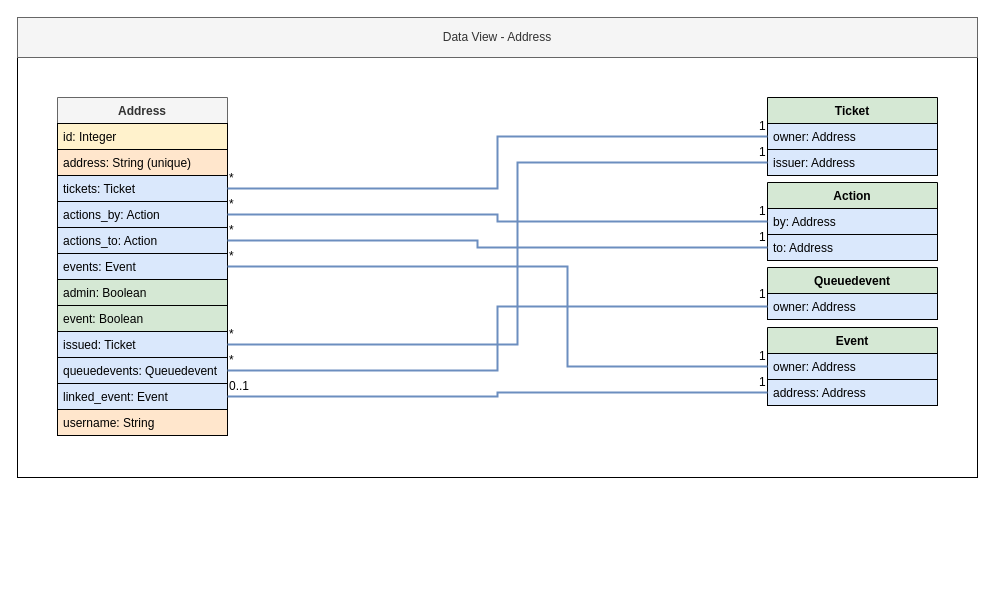
Before: page "2_4_1_data_view_address" (32 of 42) of docs/sad/resources/t721.drawio in ticket721/env, a draw.io diagram. Source tidied: cells renumbered, new cells numbered last; positions are measured from the earlier drawing's top-left corner, leaving out a move shared by most shapes. Both pictures are drawn from the tidied source at 100%, with x=0, y=0 at pixel (17, 17).
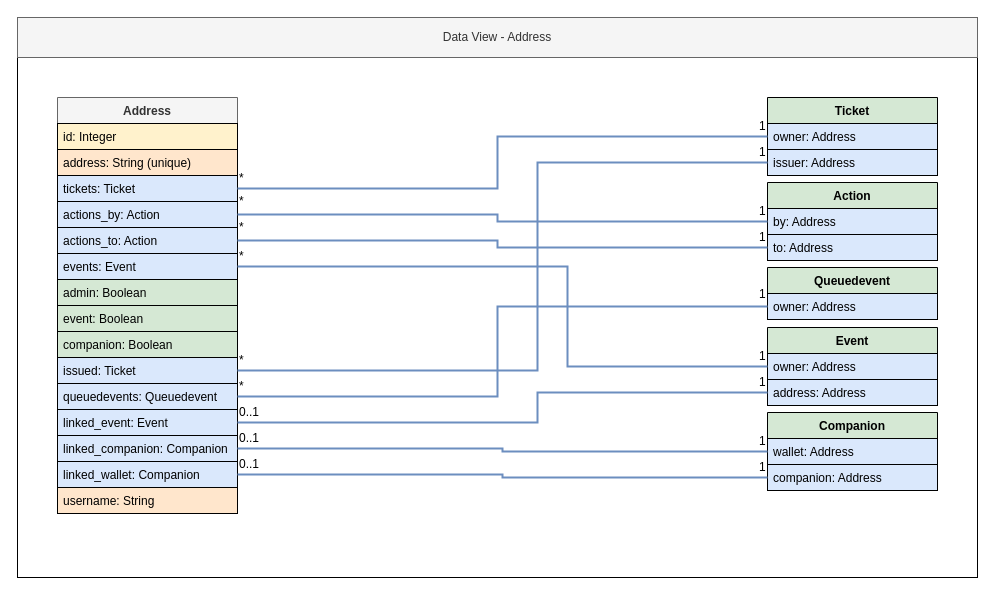
After the change.

Unchanged cells that the change refers to:
```xml
<mxCell id="17" value="Ticket" style="swimlane;fontStyle=1;align=center;verticalAlign=top;horizontal=1;startSize=26;fillColor=#d5e8d4;strokeColor=#000000;" parent="1" vertex="1">
  <mxGeometry x="750" y="80" width="170" height="78" as="geometry" />
</mxCell>
<mxCell id="19" value="issuer: Address" style="text;strokeColor=#000000;fillColor=#dae8fc;align=left;verticalAlign=top;spacingLeft=4;spacingRight=4;overflow=hidden;points=[[0,0.5],[1,0.5]];portConstraint=eastwest;" parent="17" vertex="1">
  <mxGeometry y="52" width="170" height="26" as="geometry" />
</mxCell>
<mxCell id="22" value="Action" style="swimlane;fontStyle=1;align=center;verticalAlign=top;horizontal=1;startSize=26;fillColor=#d5e8d4;strokeColor=#000000;" parent="1" vertex="1">
  <mxGeometry x="750" y="165" width="170" height="78" as="geometry" />
</mxCell>
<mxCell id="24" value="to: Address" style="text;strokeColor=#000000;fillColor=#dae8fc;align=left;verticalAlign=top;spacingLeft=4;spacingRight=4;overflow=hidden;points=[[0,0.5],[1,0.5]];portConstraint=eastwest;" parent="22" vertex="1">
  <mxGeometry y="52" width="170" height="26" as="geometry" />
</mxCell>
<mxCell id="27" value="Queuedevent" style="swimlane;fontStyle=1;align=center;verticalAlign=top;horizontal=1;startSize=26;fillColor=#d5e8d4;strokeColor=#000000;" parent="1" vertex="1">
  <mxGeometry x="750" y="250" width="170" height="52" as="geometry" />
</mxCell>
<mxCell id="30" value="Event" style="swimlane;fontStyle=1;align=center;verticalAlign=top;horizontal=1;startSize=26;fillColor=#d5e8d4;strokeColor=#000000;" parent="1" vertex="1">
  <mxGeometry x="750" y="310" width="170" height="78" as="geometry" />
</mxCell>
<mxCell id="32" value="address: Address" style="text;strokeColor=#000000;fillColor=#dae8fc;align=left;verticalAlign=top;spacingLeft=4;spacingRight=4;overflow=hidden;points=[[0,0.5],[1,0.5]];portConstraint=eastwest;" parent="30" vertex="1">
  <mxGeometry y="52" width="170" height="26" as="geometry" />
</mxCell>
```

What changed in the source:
```diff
@@
-    <mxCell id="2" style="rounded=0;whiteSpace=wrap;html=1;fillColor=none;" parent="1" vertex="1">
-      <mxGeometry width="960" height="460" as="geometry" />
-    </mxCell>
+    <mxCell id="49" style="rounded=0;whiteSpace=wrap;html=1;fillColor=none;" parent="1" vertex="1">
+      <mxGeometry width="960" height="560" as="geometry" />
+    </mxCell>
@@
     <mxCell id="4" value="Address" style="swimlane;fontStyle=1;align=center;verticalAlign=top;horizontal=1;startSize=26;fillColor=#f5f5f5;strokeColor=#666666;fontColor=#333333;" parent="1" vertex="1">
-      <mxGeometry x="40" y="80" width="170" height="338" as="geometry" />
+      <mxGeometry x="40" y="80" width="180" height="416" as="geometry" />
     </mxCell>
     <mxCell id="5" value="id: Integer" style="text;strokeColor=#000000;fillColor=#fff2cc;align=left;verticalAlign=top;spacingLeft=4;spacingRight=4;overflow=hidden;" parent="4" vertex="1">
-      <mxGeometry y="26" width="170" height="26" as="geometry" />
+      <mxGeometry y="26" width="180" height="26" as="geometry" />
     </mxCell>
     <mxCell id="6" value="address: String (unique)" style="text;strokeColor=#000000;fillColor=#ffe6cc;align=left;verticalAlign=top;spacingLeft=4;spacingRight=4;overflow=hidden;" parent="4" vertex="1">
-      <mxGeometry y="52" width="170" height="26" as="geometry" />
+      <mxGeometry y="52" width="180" height="26" as="geometry" />
     </mxCell>
     <mxCell id="7" value="tickets: Ticket" style="text;strokeColor=#000000;fillColor=#dae8fc;align=left;verticalAlign=top;spacingLeft=4;spacingRight=4;overflow=hidden;points=[[0,0.5],[1,0.5]];portConstraint=eastwest;" parent="4" vertex="1">
-      <mxGeometry y="78" width="170" height="26" as="geometry" />
+      <mxGeometry y="78" width="180" height="26" as="geometry" />
     </mxCell>
     <mxCell id="8" value="actions_by: Action" style="text;strokeColor=#000000;fillColor=#dae8fc;align=left;verticalAlign=top;spacingLeft=4;spacingRight=4;overflow=hidden;points=[[0,0.5],[1,0.5]];portConstraint=eastwest;" parent="4" vertex="1">
-      <mxGeometry y="104" width="170" height="26" as="geometry" />
+      <mxGeometry y="104" width="180" height="26" as="geometry" />
     </mxCell>
     <mxCell id="9" value="actions_to: Action" style="text;strokeColor=#000000;fillColor=#dae8fc;align=left;verticalAlign=top;spacingLeft=4;spacingRight=4;overflow=hidden;points=[[0,0.5],[1,0.5]];portConstraint=eastwest;" parent="4" vertex="1">
-      <mxGeometry y="130" width="170" height="26" as="geometry" />
+      <mxGeometry y="130" width="180" height="26" as="geometry" />
     </mxCell>
     <mxCell id="10" value="events: Event" style="text;strokeColor=#000000;fillColor=#dae8fc;align=left;verticalAlign=top;spacingLeft=4;spacingRight=4;overflow=hidden;points=[[0,0.5],[1,0.5]];portConstraint=eastwest;" parent="4" vertex="1">
-      <mxGeometry y="156" width="170" height="26" as="geometry" />
+      <mxGeometry y="156" width="180" height="26" as="geometry" />
     </mxCell>
     <mxCell id="11" value="admin: Boolean" style="text;strokeColor=#000000;fillColor=#d5e8d4;align=left;verticalAlign=top;spacingLeft=4;spacingRight=4;overflow=hidden;" parent="4" vertex="1">
-      <mxGeometry y="182" width="170" height="26" as="geometry" />
+      <mxGeometry y="182" width="180" height="26" as="geometry" />
     </mxCell>
     <mxCell id="12" value="event: Boolean" style="text;strokeColor=#000000;fillColor=#d5e8d4;align=left;verticalAlign=top;spacingLeft=4;spacingRight=4;overflow=hidden;" parent="4" vertex="1">
-      <mxGeometry y="208" width="170" height="26" as="geometry" />
+      <mxGeometry y="208" width="180" height="26" as="geometry" />
     </mxCell>
+    <mxCell id="50" value="companion: Boolean" style="text;strokeColor=#000000;fillColor=#d5e8d4;align=left;verticalAlign=top;spacingLeft=4;spacingRight=4;overflow=hidden;" parent="4" vertex="1">
+      <mxGeometry y="234" width="180" height="26" as="geometry" />
+    </mxCell>
     <mxCell id="13" value="issued: Ticket" style="text;strokeColor=#000000;fillColor=#dae8fc;align=left;verticalAlign=top;spacingLeft=4;spacingRight=4;overflow=hidden;points=[[0,0.5],[1,0.5]];portConstraint=eastwest;" parent="4" vertex="1">
-      <mxGeometry y="234" width="170" height="26" as="geometry" />
+      <mxGeometry y="260" width="180" height="26" as="geometry" />
     </mxCell>
     <mxCell id="14" value="queuedevents: Queuedevent" style="text;strokeColor=#000000;fillColor=#dae8fc;align=left;verticalAlign=top;spacingLeft=4;spacingRight=4;overflow=hidden;points=[[0,0.5],[1,0.5]];portConstraint=eastwest;" parent="4" vertex="1">
-      <mxGeometry y="260" width="170" height="26" as="geometry" />
+      <mxGeometry y="286" width="180" height="26" as="geometry" />
     </mxCell>
     <mxCell id="15" value="linked_event: Event" style="text;strokeColor=#000000;fillColor=#dae8fc;align=left;verticalAlign=top;spacingLeft=4;spacingRight=4;overflow=hidden;points=[[0,0.5],[1,0.5]];portConstraint=eastwest;" parent="4" vertex="1">
-      <mxGeometry y="286" width="170" height="26" as="geometry" />
+      <mxGeometry y="312" width="180" height="26" as="geometry" />
     </mxCell>
+    <mxCell id="51" value="linked_companion: Companion" style="text;strokeColor=#000000;fillColor=#dae8fc;align=left;verticalAlign=top;spacingLeft=4;spacingRight=4;overflow=hidden;points=[[0,0.5],[1,0.5]];portConstraint=eastwest;" parent="4" vertex="1">
+      <mxGeometry y="338" width="180" height="26" as="geometry" />
+    </mxCell>
+    <mxCell id="52" value="linked_wallet: Companion" style="text;strokeColor=#000000;fillColor=#dae8fc;align=left;verticalAlign=top;spacingLeft=4;spacingRight=4;overflow=hidden;points=[[0,0.5],[1,0.5]];portConstraint=eastwest;" parent="4" vertex="1">
+      <mxGeometry y="364" width="180" height="26" as="geometry" />
+    </mxCell>
     <mxCell id="16" value="username: String" style="text;strokeColor=#000000;fillColor=#ffe6cc;align=left;verticalAlign=top;spacingLeft=4;spacingRight=4;overflow=hidden;" parent="4" vertex="1">
-      <mxGeometry y="312" width="170" height="26" as="geometry" />
+      <mxGeometry y="390" width="180" height="26" as="geometry" />
     </mxCell>
@@
-    <mxCell id="18" value="owner: Address" style="text;strokeColor=#000000;fillColor=#dae8fc;align=left;verticalAlign=top;spacingLeft=4;spacingRight=4;overflow=hidden;points=[[0,0.5],[1,0.5]];portConstraint=eastwest;" parent="17" vertex="1">
-      <mxGeometry y="26" width="170" height="26" as="geometry" />
-    </mxCell>
+    <mxCell id="53" value="owner: Address" style="text;strokeColor=#000000;fillColor=#dae8fc;align=left;verticalAlign=top;spacingLeft=4;spacingRight=4;overflow=hidden;points=[[0,0.5],[1,0.5]];portConstraint=eastwest;" parent="17" vertex="1">
+      <mxGeometry y="26" width="170" height="26" as="geometry" />
+    </mxCell>
@@
-    <mxCell id="20" style="edgeStyle=orthogonalEdgeStyle;rounded=0;jettySize=auto;html=1;exitX=1;exitY=0.5;exitDx=0;exitDy=0;entryX=0;entryY=0.5;entryDx=0;entryDy=0;strokeWidth=2;endArrow=none;endFill=0;fillColor=#dae8fc;strokeColor=#6c8ebf;" parent="1" edge="1" source="7" target="18">
-      <mxGeometry relative="1" as="geometry" />
-    </mxCell>
+    <mxCell id="54" style="edgeStyle=orthogonalEdgeStyle;rounded=0;jettySize=auto;html=1;exitX=1;exitY=0.5;exitDx=0;exitDy=0;entryX=0;entryY=0.5;entryDx=0;entryDy=0;strokeWidth=2;endArrow=none;endFill=0;fillColor=#dae8fc;strokeColor=#6c8ebf;" parent="1" edge="1" source="7" target="53">
+      <mxGeometry relative="1" as="geometry">
+        <Array as="points">
+          <mxPoint x="480" y="171" />
+          <mxPoint x="480" y="119" />
+        </Array>
+      </mxGeometry>
+    </mxCell>
     <mxCell id="21" style="edgeStyle=orthogonalEdgeStyle;rounded=0;jettySize=auto;html=1;exitX=1;exitY=0.5;exitDx=0;exitDy=0;endArrow=none;endFill=0;strokeWidth=2;fillColor=#dae8fc;strokeColor=#6c8ebf;" parent="1" edge="1" source="13" target="19">
       <mxGeometry relative="1" as="geometry">
         <Array as="points">
-          <mxPoint x="500" y="327" />
-          <mxPoint x="500" y="145" />
+          <mxPoint x="520" y="353" />
+          <mxPoint x="520" y="145" />
         </Array>
       </mxGeometry>
     </mxCell>
@@
     <mxCell id="25" style="edgeStyle=orthogonalEdgeStyle;rounded=0;jettySize=auto;html=1;exitX=1;exitY=0.5;exitDx=0;exitDy=0;entryX=0;entryY=0.5;entryDx=0;entryDy=0;endArrow=none;endFill=0;strokeWidth=2;fillColor=#dae8fc;strokeColor=#6c8ebf;" parent="1" edge="1" source="8" target="22">
-      <mxGeometry relative="1" as="geometry" />
+      <mxGeometry relative="1" as="geometry">
+        <Array as="points">
+          <mxPoint x="480" y="197" />
+          <mxPoint x="480" y="204" />
+        </Array>
+      </mxGeometry>
     </mxCell>
     <mxCell id="26" style="edgeStyle=orthogonalEdgeStyle;rounded=0;jettySize=auto;html=1;exitX=1;exitY=0.5;exitDx=0;exitDy=0;entryX=0;entryY=0.5;entryDx=0;entryDy=0;endArrow=none;endFill=0;strokeWidth=2;fillColor=#dae8fc;strokeColor=#6c8ebf;" parent="1" edge="1" source="9" target="24">
       <mxGeometry relative="1" as="geometry">
         <Array as="points">
-          <mxPoint x="460" y="223" />
-          <mxPoint x="460" y="230" />
+          <mxPoint x="480" y="223" />
+          <mxPoint x="480" y="230" />
         </Array>
       </mxGeometry>
     </mxCell>
@@
-    <mxCell id="28" value="owner: Address" style="text;strokeColor=#000000;fillColor=#dae8fc;align=left;verticalAlign=top;spacingLeft=4;spacingRight=4;overflow=hidden;points=[[0,0.5],[1,0.5]];portConstraint=eastwest;" parent="27" vertex="1">
-      <mxGeometry y="26" width="170" height="26" as="geometry" />
-    </mxCell>
-    <mxCell id="29" style="edgeStyle=orthogonalEdgeStyle;rounded=0;jettySize=auto;html=1;exitX=1;exitY=0.5;exitDx=0;exitDy=0;entryX=0;entryY=0.5;entryDx=0;entryDy=0;endArrow=none;endFill=0;strokeWidth=2;fillColor=#dae8fc;strokeColor=#6c8ebf;" parent="1" edge="1" source="14" target="28">
-      <mxGeometry relative="1" as="geometry" />
-    </mxCell>
+    <mxCell id="55" value="owner: Address" style="text;strokeColor=#000000;fillColor=#dae8fc;align=left;verticalAlign=top;spacingLeft=4;spacingRight=4;overflow=hidden;points=[[0,0.5],[1,0.5]];portConstraint=eastwest;" parent="27" vertex="1">
+      <mxGeometry y="26" width="170" height="26" as="geometry" />
+    </mxCell>
+    <mxCell id="56" style="edgeStyle=orthogonalEdgeStyle;rounded=0;jettySize=auto;html=1;exitX=1;exitY=0.5;exitDx=0;exitDy=0;entryX=0;entryY=0.5;entryDx=0;entryDy=0;endArrow=none;endFill=0;strokeWidth=2;fillColor=#dae8fc;strokeColor=#6c8ebf;" parent="1" edge="1" source="14" target="55">
+      <mxGeometry relative="1" as="geometry">
+        <Array as="points">
+          <mxPoint x="480" y="379" />
+          <mxPoint x="480" y="289" />
+        </Array>
+      </mxGeometry>
+    </mxCell>
@@
-    <mxCell id="31" value="owner: Address" style="text;strokeColor=#000000;fillColor=#dae8fc;align=left;verticalAlign=top;spacingLeft=4;spacingRight=4;overflow=hidden;points=[[0,0.5],[1,0.5]];portConstraint=eastwest;" parent="30" vertex="1">
-      <mxGeometry y="26" width="170" height="26" as="geometry" />
-    </mxCell>
+    <mxCell id="57" value="owner: Address" style="text;strokeColor=#000000;fillColor=#dae8fc;align=left;verticalAlign=top;spacingLeft=4;spacingRight=4;overflow=hidden;points=[[0,0.5],[1,0.5]];portConstraint=eastwest;" parent="30" vertex="1">
+      <mxGeometry y="26" width="170" height="26" as="geometry" />
+    </mxCell>
@@
     <mxCell id="33" style="edgeStyle=orthogonalEdgeStyle;rounded=0;jettySize=auto;html=1;exitX=1;exitY=0.5;exitDx=0;exitDy=0;entryX=0;entryY=0.5;entryDx=0;entryDy=0;endArrow=none;endFill=0;strokeWidth=2;fillColor=#dae8fc;strokeColor=#6c8ebf;" parent="1" edge="1" source="15" target="32">
-      <mxGeometry relative="1" as="geometry" />
+      <mxGeometry relative="1" as="geometry">
+        <Array as="points">
+          <mxPoint x="520" y="405" />
+          <mxPoint x="520" y="375" />
+        </Array>
+      </mxGeometry>
     </mxCell>
-    <mxCell id="34" style="edgeStyle=orthogonalEdgeStyle;rounded=0;jettySize=auto;html=1;exitX=1;exitY=0.5;exitDx=0;exitDy=0;entryX=0;entryY=0.5;entryDx=0;entryDy=0;endArrow=none;endFill=0;strokeWidth=2;fillColor=#dae8fc;strokeColor=#6c8ebf;" parent="1" edge="1" source="10" target="31">
-      <mxGeometry relative="1" as="geometry">
-        <Array as="points">
-          <mxPoint x="550" y="249" />
-          <mxPoint x="550" y="349" />
-        </Array>
-      </mxGeometry>
-    </mxCell>
-    <mxCell id="35" value="*" style="text;html=1;align=left;verticalAlign=top;spacingTop=-4;" parent="1" vertex="1">
-      <mxGeometry x="210" y="151" width="20" height="20" as="geometry" />
-    </mxCell>
-    <mxCell id="36" value="*" style="text;html=1;align=left;verticalAlign=top;spacingTop=-4;" parent="1" vertex="1">
-      <mxGeometry x="210" y="177" width="20" height="20" as="geometry" />
-    </mxCell>
-    <mxCell id="37" value="*" style="text;html=1;align=left;verticalAlign=top;spacingTop=-4;" parent="1" vertex="1">
-      <mxGeometry x="210" y="203" width="20" height="20" as="geometry" />
-    </mxCell>
-    <mxCell id="38" value="*" style="text;html=1;align=left;verticalAlign=top;spacingTop=-4;" parent="1" vertex="1">
-      <mxGeometry x="210" y="307" width="20" height="20" as="geometry" />
-    </mxCell>
-    <mxCell id="39" value="*" style="text;html=1;align=left;verticalAlign=top;spacingTop=-4;" parent="1" vertex="1">
-      <mxGeometry x="210" y="333" width="20" height="20" as="geometry" />
-    </mxCell>
-    <mxCell id="40" value="0..1" style="text;html=1;align=left;verticalAlign=top;spacingTop=-4;" parent="1" vertex="1">
-      <mxGeometry x="210" y="359" width="40" height="20" as="geometry" />
-    </mxCell>
+    <mxCell id="58" style="edgeStyle=orthogonalEdgeStyle;rounded=0;jettySize=auto;html=1;exitX=1;exitY=0.5;exitDx=0;exitDy=0;entryX=0;entryY=0.5;entryDx=0;entryDy=0;endArrow=none;endFill=0;strokeWidth=2;fillColor=#dae8fc;strokeColor=#6c8ebf;" parent="1" edge="1" source="10" target="57">
+      <mxGeometry relative="1" as="geometry">
+        <Array as="points">
+          <mxPoint x="550" y="249" />
+          <mxPoint x="550" y="349" />
+        </Array>
+      </mxGeometry>
+    </mxCell>
+    <mxCell id="59" value="*" style="text;html=1;align=left;verticalAlign=top;spacingTop=-4;" parent="1" vertex="1">
+      <mxGeometry x="220" y="151" width="20" height="20" as="geometry" />
+    </mxCell>
+    <mxCell id="60" value="*" style="text;html=1;align=left;verticalAlign=top;spacingTop=-4;" parent="1" vertex="1">
+      <mxGeometry x="220" y="174" width="20" height="20" as="geometry" />
+    </mxCell>
+    <mxCell id="61" value="*" style="text;html=1;align=left;verticalAlign=top;spacingTop=-4;" parent="1" vertex="1">
+      <mxGeometry x="220" y="200" width="20" height="20" as="geometry" />
+    </mxCell>
+    <mxCell id="62" value="*" style="text;html=1;align=left;verticalAlign=top;spacingTop=-4;" parent="1" vertex="1">
+      <mxGeometry x="220" y="333" width="20" height="20" as="geometry" />
+    </mxCell>
+    <mxCell id="63" value="*" style="text;html=1;align=left;verticalAlign=top;spacingTop=-4;" parent="1" vertex="1">
+      <mxGeometry x="220" y="359" width="20" height="20" as="geometry" />
+    </mxCell>
+    <mxCell id="64" value="0..1" style="text;html=1;align=left;verticalAlign=top;spacingTop=-4;" parent="1" vertex="1">
+      <mxGeometry x="220" y="385" width="40" height="20" as="geometry" />
+    </mxCell>
@@
-    <mxCell id="48" value="*" style="text;html=1;align=left;verticalAlign=top;spacingTop=-4;" parent="1" vertex="1">
-      <mxGeometry x="210" y="229" width="20" height="20" as="geometry" />
-    </mxCell>
+    <mxCell id="65" value="*" style="text;html=1;align=left;verticalAlign=top;spacingTop=-4;" parent="1" vertex="1">
+      <mxGeometry x="220" y="229" width="20" height="20" as="geometry" />
+    </mxCell>
+    <mxCell id="66" value="Companion" style="swimlane;fontStyle=1;align=center;verticalAlign=top;horizontal=1;startSize=26;fillColor=#d5e8d4;strokeColor=#000000;" parent="1" vertex="1">
+      <mxGeometry x="750" y="395" width="170" height="78" as="geometry" />
+    </mxCell>
+    <mxCell id="67" value="wallet: Address" style="text;strokeColor=#000000;fillColor=#dae8fc;align=left;verticalAlign=top;spacingLeft=4;spacingRight=4;overflow=hidden;" parent="66" vertex="1">
+      <mxGeometry y="26" width="170" height="26" as="geometry" />
+    </mxCell>
+    <mxCell id="68" value="companion: Address" style="text;strokeColor=#000000;fillColor=#dae8fc;align=left;verticalAlign=top;spacingLeft=4;spacingRight=4;overflow=hidden;points=[[0,0.5],[1,0.5]];portConstraint=eastwest;" parent="66" vertex="1">
+      <mxGeometry y="52" width="170" height="26" as="geometry" />
+    </mxCell>
+    <mxCell id="69" style="edgeStyle=orthogonalEdgeStyle;rounded=0;jettySize=auto;html=1;exitX=1;exitY=0.5;exitDx=0;exitDy=0;entryX=0;entryY=0.5;entryDx=0;entryDy=0;strokeWidth=2;endArrow=none;endFill=0;fillColor=#dae8fc;strokeColor=#6c8ebf;" parent="1" edge="1" source="51" target="66">
+      <mxGeometry relative="1" as="geometry" />
+    </mxCell>
+    <mxCell id="70" style="edgeStyle=orthogonalEdgeStyle;rounded=0;jettySize=auto;html=1;exitX=1;exitY=0.5;exitDx=0;exitDy=0;strokeWidth=2;endArrow=none;endFill=0;fillColor=#dae8fc;strokeColor=#6c8ebf;" parent="1" edge="1" source="52" target="68">
+      <mxGeometry relative="1" as="geometry" />
+    </mxCell>
+    <mxCell id="71" value="0..1" style="text;html=1;align=left;verticalAlign=top;spacingTop=-4;" parent="1" vertex="1">
+      <mxGeometry x="220" y="411" width="40" height="20" as="geometry" />
+    </mxCell>
+    <mxCell id="72" value="0..1" style="text;html=1;align=left;verticalAlign=top;spacingTop=-4;" parent="1" vertex="1">
+      <mxGeometry x="220" y="437" width="40" height="20" as="geometry" />
+    </mxCell>
+    <mxCell id="73" value="1" style="text;html=1;align=left;verticalAlign=top;spacingTop=-4;" parent="1" vertex="1">
+      <mxGeometry x="740" y="414" width="20" height="20" as="geometry" />
+    </mxCell>
+    <mxCell id="74" value="1" style="text;html=1;align=left;verticalAlign=top;spacingTop=-4;" parent="1" vertex="1">
+      <mxGeometry x="740" y="440" width="20" height="20" as="geometry" />
+    </mxCell>
```
